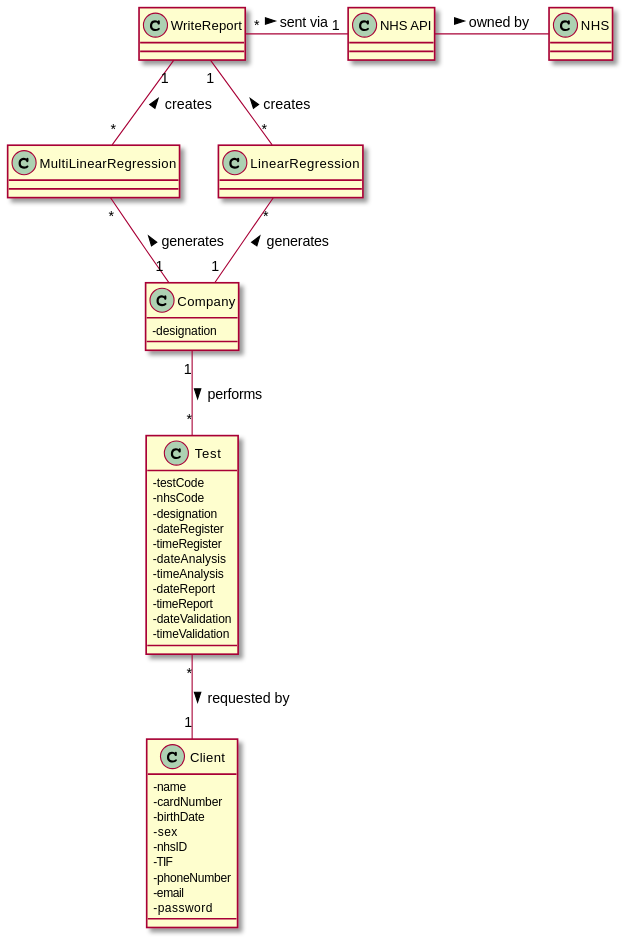
MadDinosaur/ISEP-LAPR2 keeps this PlantUML diagram as docs/SprintD/US18/US18_DM.svg. Above is the earlier version.
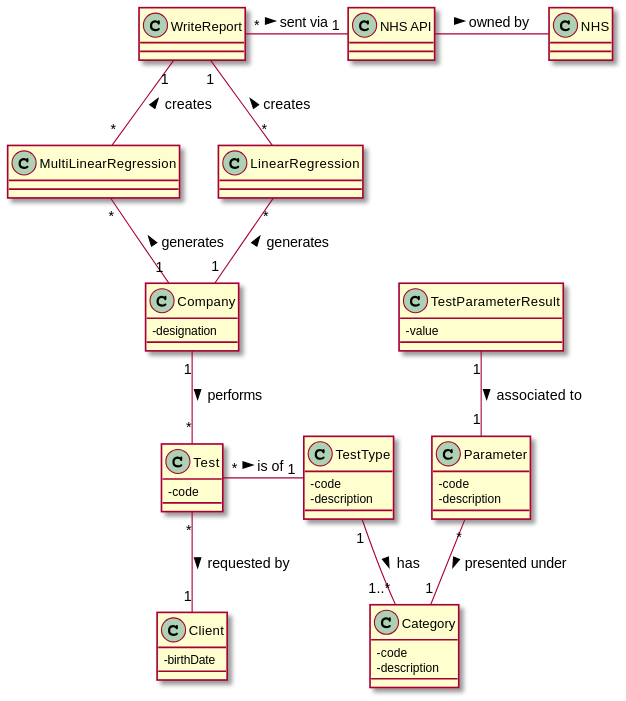
Above is the later version.

The edit, as a diff of the source:
```diff
@@ -6,28 +6,10 @@
 -designation
 }
 class Test {
--testCode
--nhsCode
--designation
--dateRegister
--timeRegister
--dateAnalysis
--timeAnalysis
--dateReport
--timeReport
--dateValidation
--timeValidation
+-code
 }
 class Client {
--name
--cardNumber
 -birthDate
--sex
--nhsID
--TIF
--phoneNumber
--email
--password
 }
 class MultiLinearRegression{
 }
@@ -35,6 +17,22 @@
 }
 class WriteReport{
 }
+class TestParameterResult {
+-value
+}
+class Category {
+-code
+-description
+}
+class TestType {
+-code
+-description
+}
+class Parameter {
+-code
+-description
+}
+
 
 "NHS API" "1"-left-"*" WriteReport : sent via <
 "NHS API" -right- NHS : owned by >
@@ -44,5 +42,9 @@
 LinearRegression "*"-up-"1" WriteReport : creates >
 Test "*"-up-"1" Company : performs <
 Test "*"--"1" Client : requested by >
+Test "*"-right-"1" "TestType" : is of >
+TestType "1"--"1..*" Category : has >
+Parameter "*"--"1" Category : presented under >
+TestParameterResult "1"--"1" Parameter : associated to >
 
 @enduml
```
